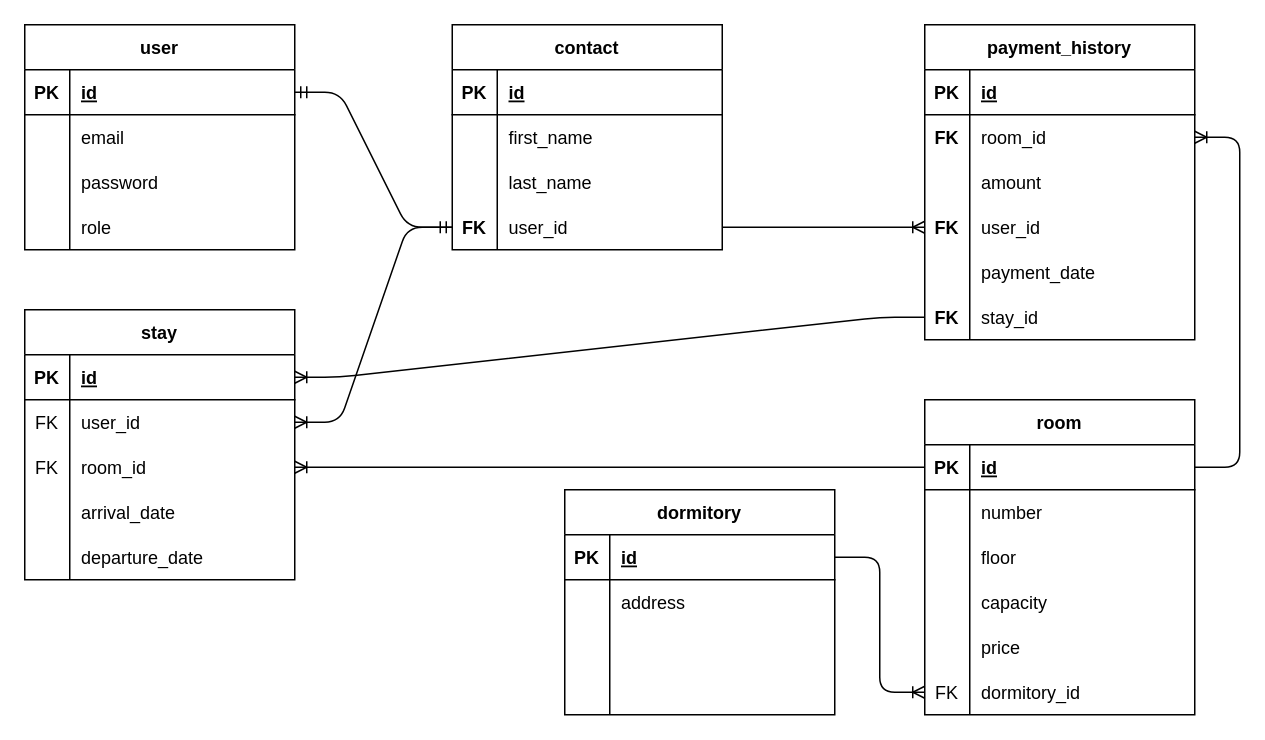
Above: draw.io/db.drawio in deividasdul/BAVIS (draw.io), before the change. Source tidied: cells renumbered, new cells numbered last; positions are measured from the earlier drawing's top-left corner, leaving out a move shared by most shapes. Both pictures are drawn from the tidied source at 150%, with x=0, y=0 at pixel (24, 24).
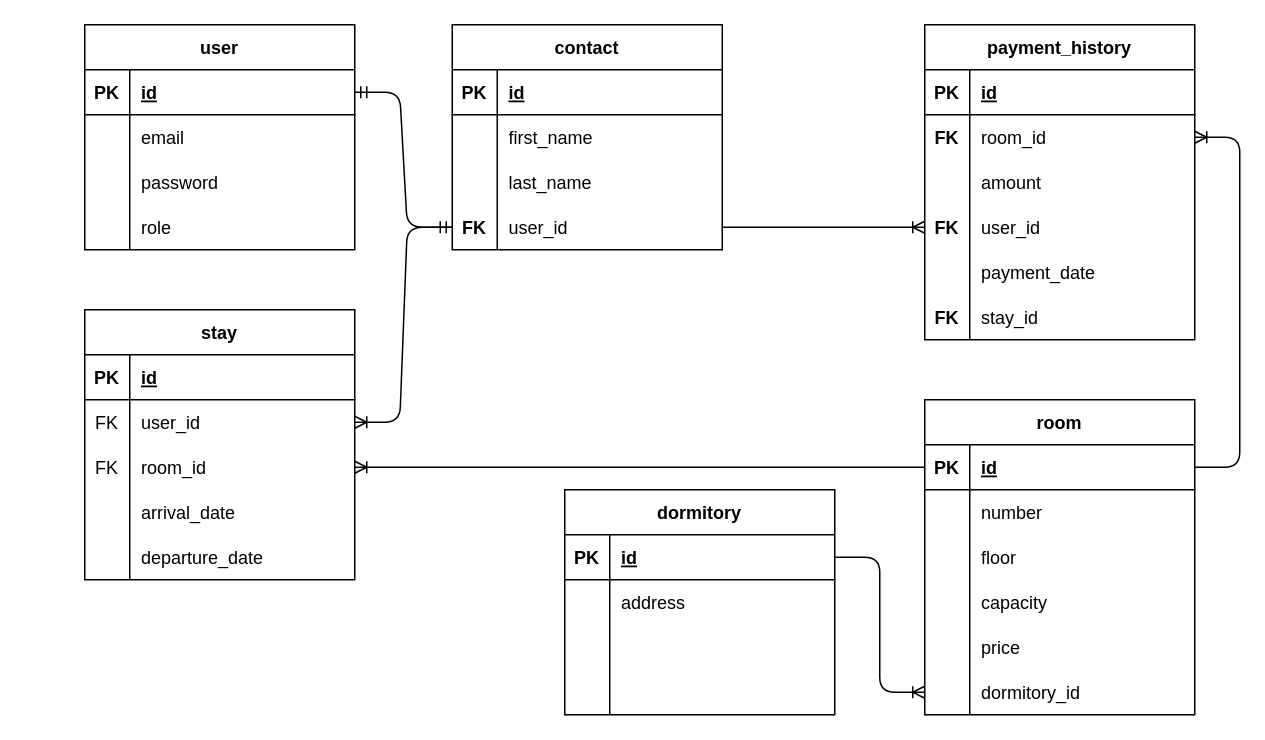
The same page after the edit.

Unchanged cells that the change refers to:
```xml
<mxCell id="44" style="shape=tableRow;horizontal=0;startSize=0;swimlaneHead=0;swimlaneBody=0;fillColor=none;points=[[0,0.5],[1,0.5]];portConstraint=eastwest;top=0;left=0;right=0;bottom=0;" parent="28" vertex="1">
  <mxGeometry y="180" width="180" height="30" as="geometry" />
</mxCell>
<mxCell id="78" style="shape=tableRow;horizontal=0;startSize=0;swimlaneHead=0;swimlaneBody=0;fillColor=none;points=[[0,0.5],[1,0.5]];portConstraint=eastwest;top=0;left=0;right=0;bottom=0;" parent="62" vertex="1">
  <mxGeometry y="180" width="180" height="30" as="geometry" />
</mxCell>
<mxCell id="86" style="shape=tableRow;horizontal=0;startSize=0;swimlaneHead=0;swimlaneBody=0;fillColor=none;points=[[0,0.5],[1,0.5]];portConstraint=eastwest;top=0;left=0;right=0;bottom=1;" parent="85" vertex="1">
  <mxGeometry y="30" width="180" height="30" as="geometry" />
</mxCell>
```

Change to the diagram source:
```diff
@@
     <mxCell id="2" value="user" style="shape=table;startSize=30;childLayout=tableLayout;rowLines=0;fontStyle=1;align=center;" parent="1" vertex="1">
-      <mxGeometry width="180" height="150" as="geometry" />
+      <mxGeometry x="40" width="180" height="150" as="geometry" />
     </mxCell>
@@
-    <mxCell id="45" value="FK" style="shape=partialRectangle;fillColor=none;top=0;left=0;bottom=0;right=0;overflow=hidden;" parent="44" vertex="1">
+    <mxCell id="45" style="shape=partialRectangle;fillColor=none;top=0;left=0;bottom=0;right=0;overflow=hidden;" parent="44" vertex="1">
       <mxGeometry width="30" height="30" as="geometry" />
     </mxCell>
@@
     <mxCell id="85" value="stay" style="shape=table;startSize=30;childLayout=tableLayout;rowLines=0;fontStyle=1;align=center;" parent="1" vertex="1">
-      <mxGeometry y="190" width="180" height="180" as="geometry" />
+      <mxGeometry x="40" y="190" width="180" height="180" as="geometry" />
     </mxCell>
@@
-    <mxCell id="102" style="edgeStyle=entityRelationEdgeStyle;fontSize=12;html=1;endArrow=ERoneToMany;" parent="1" edge="1" source="78" target="86">
-      <mxGeometry relative="1" as="geometry" />
-    </mxCell>
```
